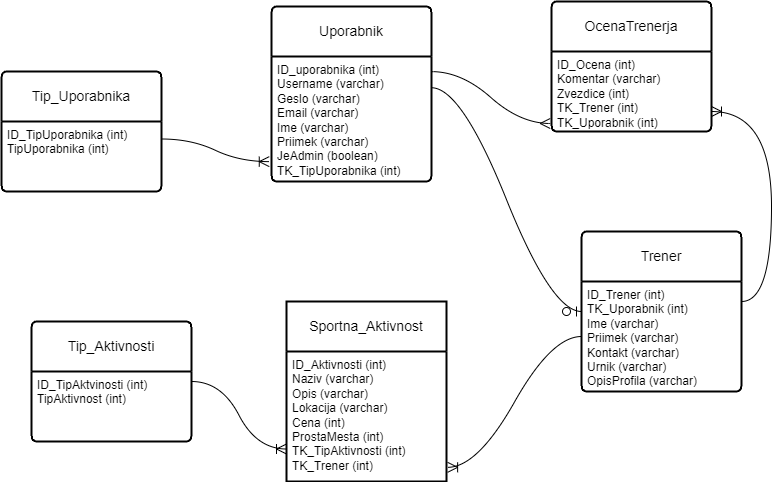
Earlier version of the draw.io export ER/ER.drawio.png (Alan-Labas/Sportaj.si). Source tidied: cells renumbered, new cells last; positions are measured from the earlier drawing's top-left corner, leaving out a move shared by most shapes.
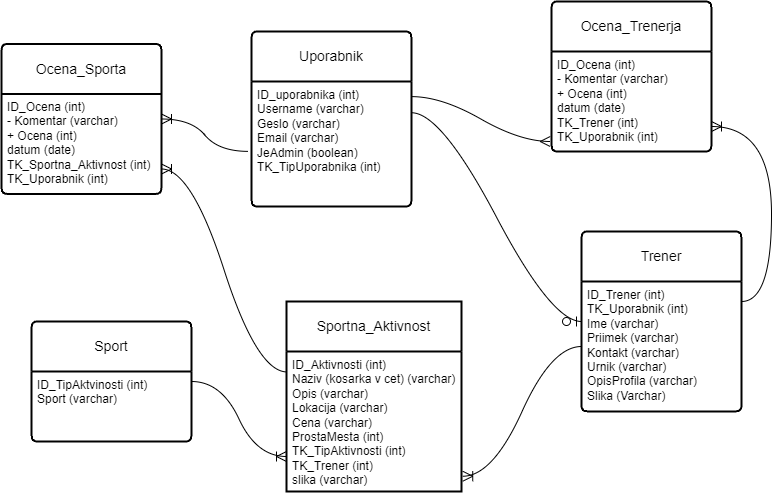
After the commit.

Diff of the diagram source:
```diff
@@ -5,48 +5,36 @@
     <mxCell id="2" style="edgeStyle=none;curved=1;rounded=0;jettySize=auto;html=1;fontSize=12;startSize=8;endSize=8;" parent="1" edge="1" source="13" target="12">
       <mxGeometry relative="1" as="geometry" />
     </mxCell>
-    <mxCell id="3" style="edgeStyle=none;curved=1;rounded=0;jettySize=auto;html=1;fontSize=12;startSize=8;endSize=8;" parent="1" edge="1" source="9" target="8">
-      <mxGeometry relative="1" as="geometry" />
-    </mxCell>
     <mxCell id="4" value="Uporabnik" style="swimlane;horizontal=1;startSize=50;rounded=1;fontSize=14;fontStyle=0;strokeWidth=2;shadow=0;dashed=0;align=center;arcSize=4;whiteSpace=wrap;html=1;" parent="1" vertex="1">
-      <mxGeometry x="270" y="5" width="160" height="175" as="geometry" />
+      <mxGeometry x="250" y="30" width="160" height="175" as="geometry" />
     </mxCell>
-    <mxCell id="5" value="ID_uporabnika (int)&lt;div&gt;Username (varchar)&lt;/div&gt;&lt;div&gt;&lt;span style=&quot;background-color: initial;&quot;&gt;Geslo&amp;nbsp;&lt;/span&gt;&lt;span style=&quot;background-color: initial;&quot;&gt;(varchar)&lt;/span&gt;&lt;/div&gt;&lt;div&gt;Email&amp;nbsp;&lt;span style=&quot;background-color: initial;&quot;&gt;(varchar)&lt;/span&gt;&lt;/div&gt;&lt;div&gt;Ime&amp;nbsp;&lt;span style=&quot;background-color: initial;&quot;&gt;(varchar)&lt;/span&gt;&lt;/div&gt;&lt;div&gt;Priimek&amp;nbsp;&lt;span style=&quot;background-color: initial;&quot;&gt;(varchar)&lt;/span&gt;&lt;/div&gt;&lt;div&gt;&lt;span style=&quot;background-color: initial;&quot;&gt;JeAdmin (boolean)&lt;/span&gt;&lt;/div&gt;&lt;div&gt;TK_TipUporabnika (int)&lt;/div&gt;" style="align=left;strokeColor=none;fillColor=none;spacingLeft=4;fontSize=12;verticalAlign=top;html=1;" parent="4" vertex="1">
+    <mxCell id="5" value="ID_uporabnika (int)&lt;div&gt;Username (varchar)&lt;/div&gt;&lt;div&gt;&lt;span style=&quot;background-color: initial;&quot;&gt;Geslo&amp;nbsp;&lt;/span&gt;&lt;span style=&quot;background-color: initial;&quot;&gt;(varchar)&lt;/span&gt;&lt;/div&gt;&lt;div&gt;Email&amp;nbsp;&lt;span style=&quot;background-color: initial;&quot;&gt;(varchar)&lt;/span&gt;&lt;/div&gt;&lt;div&gt;&lt;span style=&quot;background-color: initial;&quot;&gt;JeAdmin (boolean)&lt;/span&gt;&lt;/div&gt;&lt;div&gt;TK_TipUporabnika (int)&lt;/div&gt;" style="align=left;strokeColor=none;fillColor=none;spacingLeft=4;fontSize=12;verticalAlign=top;html=1;" parent="4" vertex="1">
       <mxGeometry y="50" width="160" height="125" as="geometry" />
     </mxCell>
     <mxCell id="6" value="Sportna_Aktivnost" style="swimlane;horizontal=1;startSize=50;rounded=1;fontSize=14;fontStyle=0;strokeWidth=2;shadow=0;dashed=0;align=center;arcSize=0;whiteSpace=wrap;html=1;" parent="1" vertex="1">
-      <mxGeometry x="285" y="300" width="160" height="180" as="geometry" />
+      <mxGeometry x="285" y="300" width="175" height="190" as="geometry" />
     </mxCell>
-    <mxCell id="7" value="ID_Aktivnosti (int)&lt;div&gt;Naziv&amp;nbsp;&lt;span style=&quot;background-color: initial;&quot;&gt;(varchar)&lt;/span&gt;&lt;/div&gt;&lt;div&gt;Opis&amp;nbsp;&lt;span style=&quot;background-color: initial;&quot;&gt;(varchar)&lt;/span&gt;&lt;/div&gt;&lt;div&gt;Lokacija&amp;nbsp;&lt;span style=&quot;background-color: initial;&quot;&gt;(varchar)&lt;/span&gt;&lt;/div&gt;&lt;div&gt;Cena (int)&lt;/div&gt;&lt;div&gt;ProstaMesta (int)&lt;/div&gt;&lt;div&gt;TK_TipAktivnosti (int)&lt;/div&gt;&lt;div&gt;TK_Trener (int)&lt;/div&gt;" style="align=left;strokeColor=none;fillColor=none;spacingLeft=4;fontSize=12;verticalAlign=top;html=1;" parent="6" vertex="1">
-      <mxGeometry y="50" width="160" height="130" as="geometry" />
+    <mxCell id="7" value="ID_Aktivnosti (int)&lt;div&gt;Naziv (kosarka v cet)&amp;nbsp;&lt;span style=&quot;background-color: initial;&quot;&gt;(varchar)&lt;/span&gt;&lt;/div&gt;&lt;div&gt;Opis&amp;nbsp;&lt;span style=&quot;background-color: initial;&quot;&gt;(varchar)&lt;/span&gt;&lt;/div&gt;&lt;div&gt;Lokacija&amp;nbsp;&lt;span style=&quot;background-color: initial;&quot;&gt;(varchar)&lt;/span&gt;&lt;/div&gt;&lt;div&gt;Cena (varchar)&lt;/div&gt;&lt;div&gt;ProstaMesta (int)&lt;/div&gt;&lt;div&gt;TK_TipAktivnosti (int)&lt;/div&gt;&lt;div&gt;TK_Trener (int)&lt;/div&gt;&lt;div&gt;slika (varchar)&lt;/div&gt;" style="align=left;strokeColor=none;fillColor=none;spacingLeft=4;fontSize=12;verticalAlign=top;html=1;" parent="6" vertex="1">
+      <mxGeometry y="50" width="175" height="140" as="geometry" />
     </mxCell>
-    <mxCell id="8" value="Tip_Uporabnika" style="swimlane;horizontal=1;startSize=50;rounded=1;fontSize=14;fontStyle=0;strokeWidth=2;shadow=0;dashed=0;align=center;arcSize=4;whiteSpace=wrap;html=1;" parent="1" vertex="1">
-      <mxGeometry y="70" width="160" height="120" as="geometry" />
-    </mxCell>
-    <mxCell id="9" value="ID_TipUporabnika (int)&lt;div&gt;TipUporabnika (int)&lt;/div&gt;" style="align=left;strokeColor=none;fillColor=none;spacingLeft=4;fontSize=12;verticalAlign=top;html=1;" parent="8" vertex="1">
-      <mxGeometry y="50" width="160" height="70" as="geometry" />
-    </mxCell>
-    <mxCell id="10" value="Tip_Aktivnosti" style="swimlane;horizontal=1;startSize=50;rounded=1;fontSize=14;fontStyle=0;strokeWidth=2;shadow=0;dashed=0;align=center;arcSize=4;whiteSpace=wrap;html=1;" parent="1" vertex="1">
+    <mxCell id="10" value="Sport" style="swimlane;horizontal=1;startSize=50;rounded=1;fontSize=14;fontStyle=0;strokeWidth=2;shadow=0;dashed=0;align=center;arcSize=4;whiteSpace=wrap;html=1;" parent="1" vertex="1">
       <mxGeometry x="30" y="320" width="160" height="120" as="geometry" />
     </mxCell>
-    <mxCell id="11" value="ID_TipAktvinosti (int)&lt;div&gt;TipAktivnost (int)&lt;/div&gt;" style="align=left;strokeColor=none;fillColor=none;spacingLeft=4;fontSize=12;verticalAlign=top;html=1;" parent="10" vertex="1">
+    <mxCell id="11" value="ID_TipAktvinosti (int)&lt;div&gt;Sport (varchar)&lt;/div&gt;" style="align=left;strokeColor=none;fillColor=none;spacingLeft=4;fontSize=12;verticalAlign=top;html=1;" parent="10" vertex="1">
       <mxGeometry y="50" width="160" height="70" as="geometry" />
     </mxCell>
     <mxCell id="12" value="Trener" style="swimlane;horizontal=1;startSize=50;rounded=1;fontSize=14;fontStyle=0;strokeWidth=2;shadow=0;dashed=0;align=center;arcSize=4;whiteSpace=wrap;html=1;" parent="1" vertex="1">
-      <mxGeometry x="580" y="230" width="160" height="160" as="geometry" />
+      <mxGeometry x="580" y="230" width="160" height="180" as="geometry" />
     </mxCell>
-    <mxCell id="13" value="ID_Trener (int)&lt;div&gt;TK_Uporabnik (int)&lt;br&gt;&lt;div&gt;Ime&amp;nbsp;&lt;span style=&quot;background-color: initial;&quot;&gt;(varchar)&lt;/span&gt;&lt;/div&gt;&lt;div&gt;Priimek&amp;nbsp;&lt;span style=&quot;background-color: initial;&quot;&gt;(varchar)&lt;/span&gt;&lt;/div&gt;&lt;div&gt;Kontakt&amp;nbsp;&lt;span style=&quot;background-color: initial;&quot;&gt;(varchar)&lt;/span&gt;&lt;/div&gt;&lt;div&gt;Urnik&amp;nbsp;&lt;span style=&quot;background-color: initial;&quot;&gt;(varchar)&lt;/span&gt;&lt;/div&gt;&lt;div&gt;OpisProfila&amp;nbsp;&lt;span style=&quot;background-color: initial;&quot;&gt;(varchar)&lt;/span&gt;&lt;/div&gt;&lt;div&gt;&lt;br&gt;&lt;/div&gt;&lt;div&gt;&lt;br&gt;&lt;/div&gt;&lt;/div&gt;" style="align=left;strokeColor=none;fillColor=none;spacingLeft=4;fontSize=12;verticalAlign=top;html=1;" parent="12" vertex="1">
-      <mxGeometry y="50" width="160" height="110" as="geometry" />
+    <mxCell id="13" value="ID_Trener (int)&lt;div&gt;TK_Uporabnik (int)&lt;br&gt;&lt;div&gt;Ime&amp;nbsp;&lt;span style=&quot;background-color: initial;&quot;&gt;(varchar)&lt;/span&gt;&lt;/div&gt;&lt;div&gt;Priimek&amp;nbsp;&lt;span style=&quot;background-color: initial;&quot;&gt;(varchar)&lt;/span&gt;&lt;/div&gt;&lt;div&gt;Kontakt&amp;nbsp;&lt;span style=&quot;background-color: initial;&quot;&gt;(varchar)&lt;/span&gt;&lt;/div&gt;&lt;div&gt;Urnik&amp;nbsp;&lt;span style=&quot;background-color: initial;&quot;&gt;(varchar)&lt;/span&gt;&lt;/div&gt;&lt;div&gt;OpisProfila&amp;nbsp;&lt;span style=&quot;background-color: initial;&quot;&gt;(varchar)&lt;/span&gt;&lt;/div&gt;&lt;div&gt;&lt;span style=&quot;background-color: initial;&quot;&gt;Slika (Varchar)&lt;/span&gt;&lt;/div&gt;&lt;div&gt;&lt;br&gt;&lt;/div&gt;&lt;div&gt;&lt;br&gt;&lt;/div&gt;&lt;/div&gt;" style="align=left;strokeColor=none;fillColor=none;spacingLeft=4;fontSize=12;verticalAlign=top;html=1;" parent="12" vertex="1">
+      <mxGeometry y="50" width="160" height="130" as="geometry" />
     </mxCell>
-    <mxCell id="14" value="OcenaTrenerja" style="swimlane;horizontal=1;startSize=50;rounded=1;fontSize=14;fontStyle=0;strokeWidth=2;shadow=0;dashed=0;align=center;arcSize=4;whiteSpace=wrap;html=1;" parent="1" vertex="1">
-      <mxGeometry x="550" width="160" height="130" as="geometry" />
+    <mxCell id="14" value="Ocena_Trenerja" style="swimlane;horizontal=1;startSize=50;rounded=1;fontSize=14;fontStyle=0;strokeWidth=2;shadow=0;dashed=0;align=center;arcSize=4;whiteSpace=wrap;html=1;" parent="1" vertex="1">
+      <mxGeometry x="550" width="160" height="150" as="geometry" />
     </mxCell>
-    <mxCell id="15" value="ID_Ocena (int)&lt;div&gt;Komentar&amp;nbsp;&lt;span style=&quot;background-color: initial;&quot;&gt;(varchar)&lt;/span&gt;&lt;/div&gt;&lt;div&gt;Zvezdice (int)&lt;/div&gt;&lt;div&gt;TK_Trener (int)&lt;/div&gt;&lt;div&gt;TK_Uporabnik (int)&lt;/div&gt;" style="align=left;strokeColor=none;fillColor=none;spacingLeft=4;fontSize=12;verticalAlign=top;html=1;" parent="14" vertex="1">
-      <mxGeometry y="50" width="160" height="80" as="geometry" />
+    <mxCell id="15" value="ID_Ocena (int)&lt;div&gt;- Komentar&amp;nbsp;&lt;span style=&quot;background-color: initial;&quot;&gt;(varchar)&amp;nbsp;&lt;/span&gt;&lt;/div&gt;&lt;div&gt;+ Ocena (int)&lt;/div&gt;&lt;div&gt;datum (date)&lt;/div&gt;&lt;div&gt;TK_Trener (int)&lt;/div&gt;&lt;div&gt;TK_Uporabnik (int)&lt;/div&gt;" style="align=left;strokeColor=none;fillColor=none;spacingLeft=4;fontSize=12;verticalAlign=top;html=1;" parent="14" vertex="1">
+      <mxGeometry y="50" width="160" height="100" as="geometry" />
     </mxCell>
-    <mxCell id="16" style="edgeStyle=entityRelationEdgeStyle;fontSize=12;html=1;endArrow=ERoneToMany;rounded=0;startSize=8;endSize=8;curved=1;exitX=1;exitY=0.25;exitDx=0;exitDy=0;entryX=-0.014;entryY=0.841;entryDx=0;entryDy=0;entryPerimeter=0;" parent="1" edge="1" source="9" target="5">
-      <mxGeometry relative="1" as="geometry" />
-    </mxCell>
     <mxCell id="17" style="edgeStyle=entityRelationEdgeStyle;fontSize=12;html=1;endArrow=ERoneToMany;rounded=0;startSize=8;endSize=8;curved=1;exitX=1;exitY=0.5;exitDx=0;exitDy=0;entryX=0;entryY=0.75;entryDx=0;entryDy=0;" parent="1" edge="1" target="7">
       <mxGeometry relative="1" as="geometry">
         <mxPoint x="190" y="380" as="sourcePoint" />
@@ -86,5 +74,17 @@
         </Array>
       </mxGeometry>
     </mxCell>
+    <mxCell id="22" value="Ocena_Sporta" style="swimlane;horizontal=1;startSize=50;rounded=1;fontSize=14;fontStyle=0;strokeWidth=2;shadow=0;dashed=0;align=center;arcSize=4;whiteSpace=wrap;html=1;" parent="1" vertex="1">
+      <mxGeometry y="42.5" width="160" height="150" as="geometry" />
+    </mxCell>
+    <mxCell id="23" value="ID_Ocena (int)&lt;div&gt;- Komentar&amp;nbsp;&lt;span style=&quot;background-color: initial;&quot;&gt;(varchar)&amp;nbsp;&lt;/span&gt;&lt;/div&gt;&lt;div&gt;+ Ocena (int)&lt;/div&gt;&lt;div&gt;datum (date)&lt;/div&gt;&lt;div&gt;TK_Sportna_Aktivnost (int)&lt;/div&gt;&lt;div&gt;TK_Uporabnik (int)&lt;/div&gt;" style="align=left;strokeColor=none;fillColor=none;spacingLeft=4;fontSize=12;verticalAlign=top;html=1;" parent="22" vertex="1">
+      <mxGeometry y="50" width="160" height="100" as="geometry" />
+    </mxCell>
+    <mxCell id="24" style="edgeStyle=entityRelationEdgeStyle;fontSize=12;html=1;endArrow=ERoneToMany;rounded=0;startSize=8;endSize=8;curved=1;exitX=-0.019;exitY=0.559;exitDx=0;exitDy=0;exitPerimeter=0;entryX=1;entryY=0.25;entryDx=0;entryDy=0;" parent="1" edge="1" source="5" target="23">
+      <mxGeometry relative="1" as="geometry" />
+    </mxCell>
+    <mxCell id="25" style="edgeStyle=entityRelationEdgeStyle;fontSize=12;html=1;endArrow=ERoneToMany;rounded=0;startSize=8;endSize=8;curved=1;exitX=0.003;exitY=0.146;exitDx=0;exitDy=0;exitPerimeter=0;entryX=1;entryY=0.75;entryDx=0;entryDy=0;" parent="1" edge="1" source="7" target="23">
+      <mxGeometry relative="1" as="geometry" />
+    </mxCell>
   </root>
 </mxGraphModel>
```
